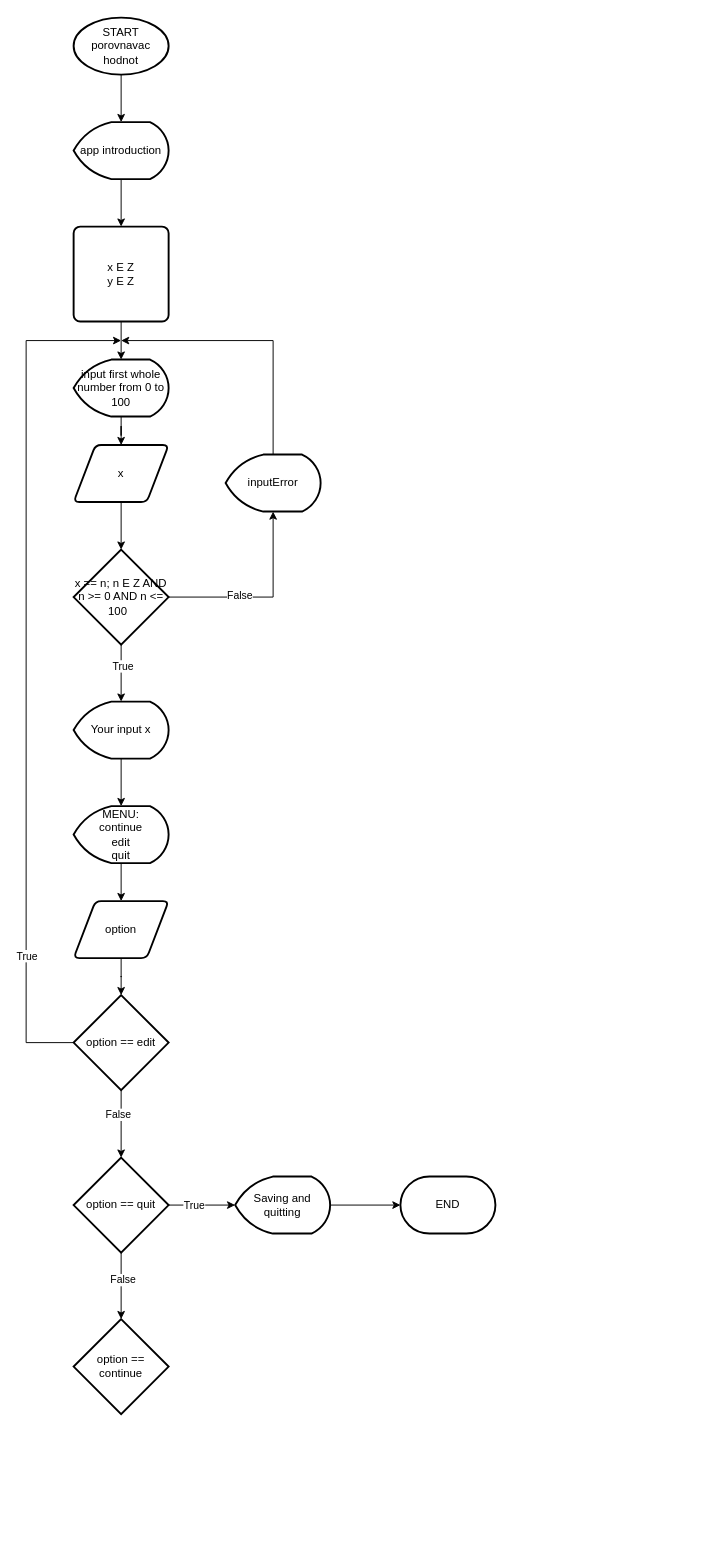
otevrro21/Comparator keeps this draw.io diagram as comparator/comparator.drawio. Above is the earlier version. Source tidied: cells renumbered, new cells numbered last; positions are measured from the earlier drawing's top-left corner, leaving out a move shared by most shapes. Both pictures are drawn from the tidied source at 95%, with x=0, y=0 at pixel (26, 17).
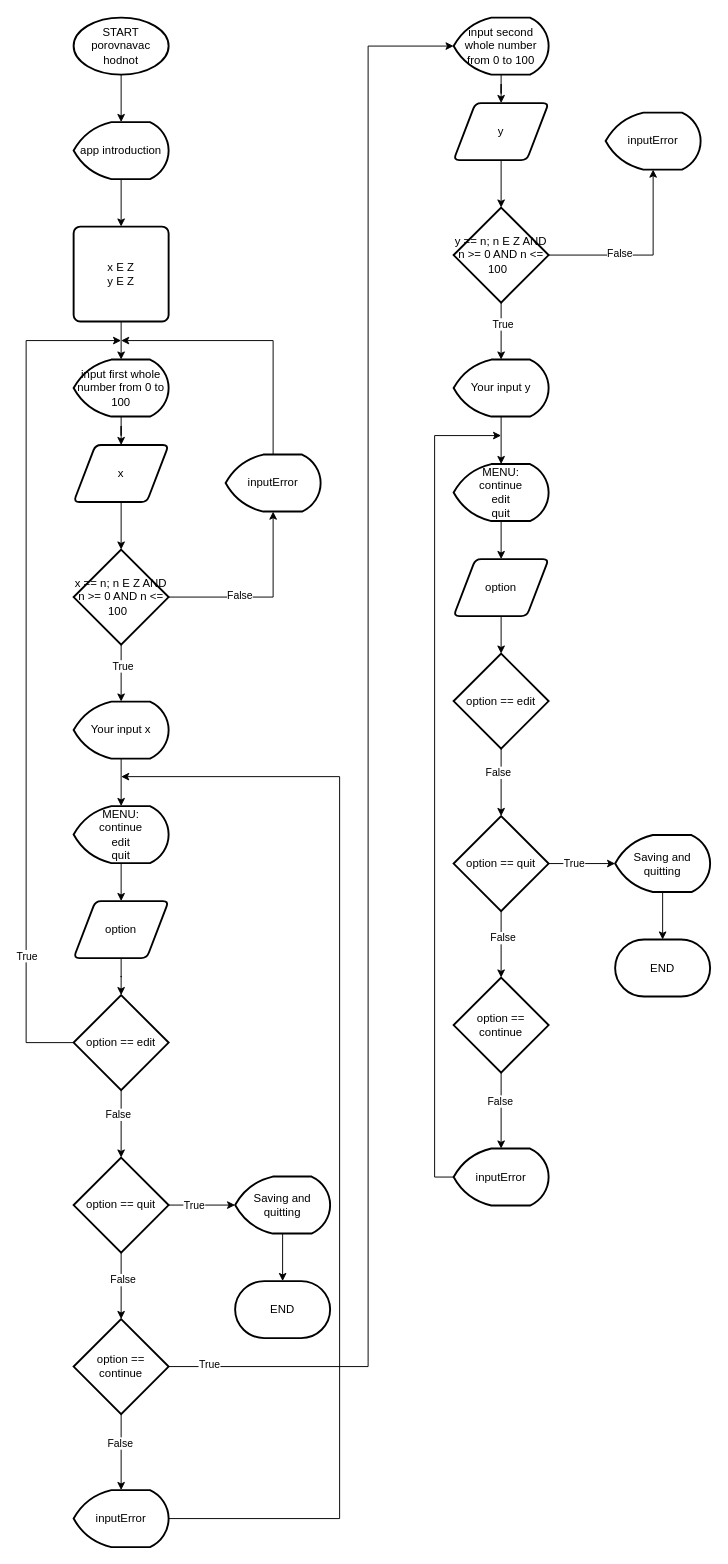
Above is the later version.

Commit message (it also covers changes not shown here):
Edit gitignore and diagram file.

The change refers to these unchanged cells:
```xml
<mxCell id="35" value="option == continue" style="strokeWidth=2;html=1;shape=mxgraph.flowchart.decision;whiteSpace=wrap;" parent="1" vertex="1">
  <mxGeometry x="50" y="1370" width="100" height="100" as="geometry" />
</mxCell>
```

What changed in the source:
```diff
@@
+    <mxCell id="39" style="edgeStyle=orthogonalEdgeStyle;rounded=0;jettySize=auto;html=1;entryX=0;entryY=0.5;entryDx=0;entryDy=0;entryPerimeter=0;" parent="1" edge="1" source="35" target="44">
+      <mxGeometry relative="1" as="geometry">
+        <Array as="points">
+          <mxPoint x="360" y="1420" />
+          <mxPoint x="360" y="30" />
+        </Array>
+      </mxGeometry>
+    </mxCell>
+    <mxCell id="40" value="True&lt;br&gt;" style="edgeLabel;html=1;align=center;verticalAlign=middle;" parent="39" vertex="1">
+      <mxGeometry x="-0.95" y="3" relative="1" as="geometry" />
+    </mxCell>
+    <mxCell id="41" style="edgeStyle=orthogonalEdgeStyle;rounded=0;jettySize=auto;html=1;" parent="1" edge="1" source="35" target="60">
+      <mxGeometry relative="1" as="geometry" />
+    </mxCell>
+    <mxCell id="42" value="False&lt;br&gt;" style="edgeLabel;html=1;align=center;verticalAlign=middle;" parent="41" vertex="1">
+      <mxGeometry x="-0.24" y="-2" relative="1" as="geometry" />
+    </mxCell>
@@
     <mxCell id="38" value="END" style="strokeWidth=2;html=1;shape=mxgraph.flowchart.terminator;whiteSpace=wrap;" parent="1" vertex="1">
-      <mxGeometry x="394" y="1220" width="100" height="60" as="geometry" />
+      <mxGeometry x="220" y="1330" width="100" height="60" as="geometry" />
     </mxCell>
+    <mxCell id="43" style="edgeStyle=orthogonalEdgeStyle;rounded=0;jettySize=auto;html=1;" parent="1" edge="1" source="44" target="46">
+      <mxGeometry relative="1" as="geometry" />
+    </mxCell>
+    <mxCell id="44" value="input second whole number from 0 to 100" style="strokeWidth=2;html=1;shape=mxgraph.flowchart.display;whiteSpace=wrap;" parent="1" vertex="1">
+      <mxGeometry x="450" width="100" height="60" as="geometry" />
+    </mxCell>
+    <mxCell id="45" style="edgeStyle=orthogonalEdgeStyle;rounded=0;jettySize=auto;html=1;" parent="1" edge="1" source="46" target="51">
+      <mxGeometry relative="1" as="geometry" />
+    </mxCell>
+    <mxCell id="46" value="y" style="shape=parallelogram;html=1;strokeWidth=2;perimeter=parallelogramPerimeter;whiteSpace=wrap;rounded=1;arcSize=12;size=0.23;" parent="1" vertex="1">
+      <mxGeometry x="450" y="90" width="100" height="60" as="geometry" />
+    </mxCell>
+    <mxCell id="47" style="edgeStyle=orthogonalEdgeStyle;rounded=0;jettySize=auto;html=1;entryX=0.5;entryY=1;entryDx=0;entryDy=0;entryPerimeter=0;" parent="1" edge="1" source="51" target="52">
+      <mxGeometry relative="1" as="geometry" />
+    </mxCell>
+    <mxCell id="48" value="False" style="edgeLabel;html=1;align=center;verticalAlign=middle;" parent="47" vertex="1">
+      <mxGeometry x="-0.26" y="2" relative="1" as="geometry" />
+    </mxCell>
+    <mxCell id="49" style="edgeStyle=orthogonalEdgeStyle;rounded=0;jettySize=auto;html=1;" parent="1" edge="1" source="51" target="54">
+      <mxGeometry relative="1" as="geometry" />
+    </mxCell>
+    <mxCell id="50" value="True" style="edgeLabel;html=1;align=center;verticalAlign=middle;" parent="49" vertex="1">
+      <mxGeometry x="-0.27" y="1" relative="1" as="geometry" />
+    </mxCell>
+    <mxCell id="51" value="y == n; n E Z AND n &amp;gt;= 0 AND n &amp;lt;= 100&amp;nbsp;&amp;nbsp;" style="strokeWidth=2;html=1;shape=mxgraph.flowchart.decision;whiteSpace=wrap;" parent="1" vertex="1">
+      <mxGeometry x="450" y="200" width="100" height="100" as="geometry" />
+    </mxCell>
+    <mxCell id="52" value="inputError" style="strokeWidth=2;html=1;shape=mxgraph.flowchart.display;whiteSpace=wrap;" parent="1" vertex="1">
+      <mxGeometry x="610" y="100" width="100" height="60" as="geometry" />
+    </mxCell>
+    <mxCell id="53" style="edgeStyle=orthogonalEdgeStyle;rounded=0;jettySize=auto;html=1;" parent="1" edge="1" source="54" target="56">
+      <mxGeometry relative="1" as="geometry" />
+    </mxCell>
+    <mxCell id="54" value="Your input y" style="strokeWidth=2;html=1;shape=mxgraph.flowchart.display;whiteSpace=wrap;" parent="1" vertex="1">
+      <mxGeometry x="450" y="360" width="100" height="60" as="geometry" />
+    </mxCell>
+    <mxCell id="55" style="edgeStyle=orthogonalEdgeStyle;rounded=0;jettySize=auto;html=1;" parent="1" edge="1" source="56" target="58">
+      <mxGeometry relative="1" as="geometry" />
+    </mxCell>
+    <mxCell id="56" value="MENU:&lt;br&gt;continue&lt;br&gt;edit&lt;br&gt;quit" style="strokeWidth=2;html=1;shape=mxgraph.flowchart.display;whiteSpace=wrap;" parent="1" vertex="1">
+      <mxGeometry x="450" y="470" width="100" height="60" as="geometry" />
+    </mxCell>
+    <mxCell id="57" style="edgeStyle=orthogonalEdgeStyle;rounded=0;jettySize=auto;html=1;" parent="1" edge="1" source="58" target="63">
+      <mxGeometry relative="1" as="geometry" />
+    </mxCell>
+    <mxCell id="58" value="option" style="shape=parallelogram;html=1;strokeWidth=2;perimeter=parallelogramPerimeter;whiteSpace=wrap;rounded=1;arcSize=12;size=0.23;" parent="1" vertex="1">
+      <mxGeometry x="450" y="570" width="100" height="60" as="geometry" />
+    </mxCell>
+    <mxCell id="59" style="edgeStyle=orthogonalEdgeStyle;rounded=0;jettySize=auto;html=1;exitX=1;exitY=0.5;exitDx=0;exitDy=0;exitPerimeter=0;" parent="1" edge="1" source="60">
+      <mxGeometry relative="1" as="geometry">
+        <mxPoint x="100" y="799" as="targetPoint" />
+        <Array as="points">
+          <mxPoint x="330" y="1580" />
+        </Array>
+      </mxGeometry>
+    </mxCell>
+    <mxCell id="60" value="inputError" style="strokeWidth=2;html=1;shape=mxgraph.flowchart.display;whiteSpace=wrap;" parent="1" vertex="1">
+      <mxGeometry x="50" y="1550" width="100" height="60" as="geometry" />
+    </mxCell>
+    <mxCell id="61" style="edgeStyle=orthogonalEdgeStyle;rounded=0;jettySize=auto;html=1;" parent="1" edge="1" source="63" target="68">
+      <mxGeometry relative="1" as="geometry">
+        <Array as="points">
+          <mxPoint x="500" y="790.5" />
+          <mxPoint x="500" y="790.5" />
+        </Array>
+      </mxGeometry>
+    </mxCell>
+    <mxCell id="62" value="False" style="edgeLabel;html=1;align=center;verticalAlign=middle;" parent="61" vertex="1">
+      <mxGeometry x="-0.3" y="-4" relative="1" as="geometry" />
+    </mxCell>
+    <mxCell id="63" value="option == edit" style="strokeWidth=2;html=1;shape=mxgraph.flowchart.decision;whiteSpace=wrap;" parent="1" vertex="1">
+      <mxGeometry x="450" y="669.5" width="100" height="100" as="geometry" />
+    </mxCell>
+    <mxCell id="64" style="edgeStyle=orthogonalEdgeStyle;rounded=0;jettySize=auto;html=1;" parent="1" edge="1" source="68" target="71">
+      <mxGeometry relative="1" as="geometry" />
+    </mxCell>
+    <mxCell id="65" value="False" style="edgeLabel;html=1;align=center;verticalAlign=middle;" parent="64" vertex="1">
+      <mxGeometry x="-0.21" y="1" relative="1" as="geometry" />
+    </mxCell>
+    <mxCell id="66" style="edgeStyle=orthogonalEdgeStyle;rounded=0;jettySize=auto;html=1;" parent="1" edge="1" source="68" target="73">
+      <mxGeometry relative="1" as="geometry" />
+    </mxCell>
+    <mxCell id="67" value="True" style="edgeLabel;html=1;align=center;verticalAlign=middle;" parent="66" vertex="1">
+      <mxGeometry x="-0.25" relative="1" as="geometry" />
+    </mxCell>
+    <mxCell id="68" value="option == quit" style="strokeWidth=2;html=1;shape=mxgraph.flowchart.decision;whiteSpace=wrap;" parent="1" vertex="1">
+      <mxGeometry x="450" y="840.5" width="100" height="100" as="geometry" />
+    </mxCell>
+    <mxCell id="69" style="edgeStyle=orthogonalEdgeStyle;rounded=0;jettySize=auto;html=1;" parent="1" edge="1" source="71" target="76">
+      <mxGeometry relative="1" as="geometry" />
+    </mxCell>
+    <mxCell id="70" value="False&lt;br&gt;" style="edgeLabel;html=1;align=center;verticalAlign=middle;" parent="69" vertex="1">
+      <mxGeometry x="-0.24" y="-2" relative="1" as="geometry" />
+    </mxCell>
+    <mxCell id="71" value="option == continue" style="strokeWidth=2;html=1;shape=mxgraph.flowchart.decision;whiteSpace=wrap;" parent="1" vertex="1">
+      <mxGeometry x="450" y="1010.5" width="100" height="100" as="geometry" />
+    </mxCell>
+    <mxCell id="72" style="edgeStyle=orthogonalEdgeStyle;rounded=0;jettySize=auto;html=1;" parent="1" edge="1" source="73" target="74">
+      <mxGeometry relative="1" as="geometry" />
+    </mxCell>
+    <mxCell id="73" value="Saving and quitting" style="strokeWidth=2;html=1;shape=mxgraph.flowchart.display;whiteSpace=wrap;" parent="1" vertex="1">
+      <mxGeometry x="620" y="860.5" width="100" height="60" as="geometry" />
+    </mxCell>
+    <mxCell id="74" value="END" style="strokeWidth=2;html=1;shape=mxgraph.flowchart.terminator;whiteSpace=wrap;" parent="1" vertex="1">
+      <mxGeometry x="620" y="970.5" width="100" height="60" as="geometry" />
+    </mxCell>
+    <mxCell id="75" style="edgeStyle=orthogonalEdgeStyle;rounded=0;jettySize=auto;html=1;exitX=0;exitY=0.5;exitDx=0;exitDy=0;exitPerimeter=0;" parent="1" edge="1" source="76">
+      <mxGeometry relative="1" as="geometry">
+        <mxPoint x="500" y="440" as="targetPoint" />
+        <Array as="points">
+          <mxPoint x="430" y="1221" />
+        </Array>
+      </mxGeometry>
+    </mxCell>
+    <mxCell id="76" value="inputError" style="strokeWidth=2;html=1;shape=mxgraph.flowchart.display;whiteSpace=wrap;" parent="1" vertex="1">
+      <mxGeometry x="450" y="1190.5" width="100" height="60" as="geometry" />
+    </mxCell>
```
